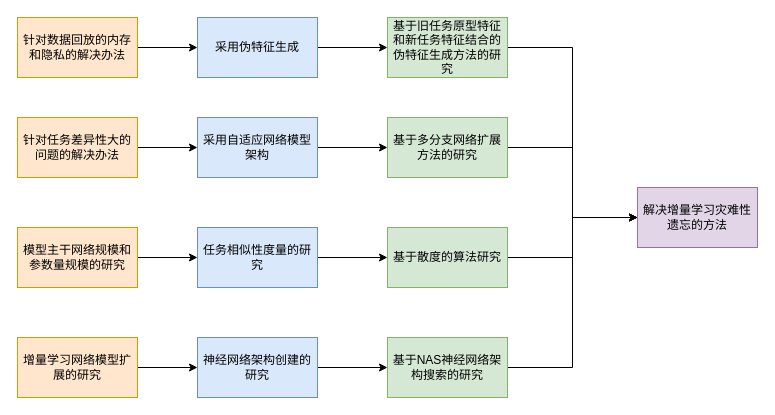
Above: 开题报告技术路线.drawio in ZLey373/ImagesXMind (draw.io), before the change. Source tidied: cells renumbered, new cells numbered last; positions are measured from the earlier drawing's top-left corner, leaving out a move shared by most shapes. Both pictures are drawn from the tidied source at 100%, with x=0, y=0 at pixel (17, 17).
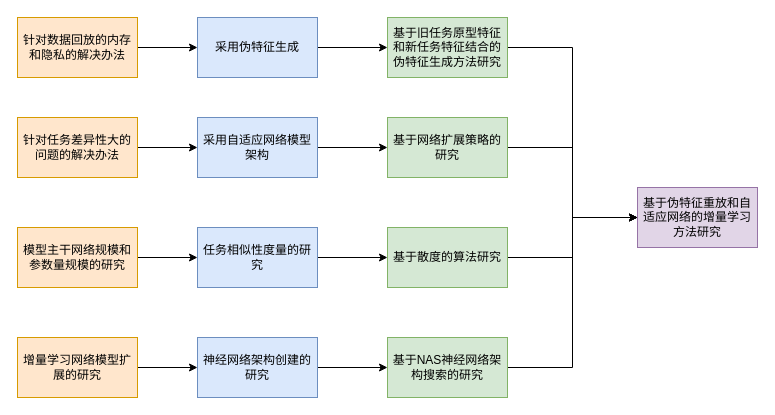
The same page after the edit.

Commit message:
更新开题报告技术路线.drawio

The edit, as a diff of the source:
```diff
@@
-    <mxCell id="7" value="基于旧任务原型特征和新任务特征结合的伪特征生成方法的研究" style="whiteSpace=wrap;html=1;rounded=0;fillColor=#d5e8d4;strokeColor=#82b366;" parent="1" vertex="1">
+    <mxCell id="7" value="基于旧任务原型特征和新任务特征结合的伪特征生成方法研究" style="whiteSpace=wrap;html=1;rounded=0;fillColor=#d5e8d4;strokeColor=#82b366;" parent="1" vertex="1">
       <mxGeometry x="370" width="120" height="60" as="geometry" />
     </mxCell>
@@
-    <mxCell id="13" value="基于多分支网络扩展方法的研究" style="whiteSpace=wrap;html=1;rounded=0;fillColor=#d5e8d4;strokeColor=#82b366;" parent="1" vertex="1">
+    <mxCell id="13" value="基于网络扩展策略的研究" style="whiteSpace=wrap;html=1;rounded=0;fillColor=#d5e8d4;strokeColor=#82b366;" parent="1" vertex="1">
       <mxGeometry x="370" y="100" width="120" height="60" as="geometry" />
     </mxCell>
@@
-    <mxCell id="26" value="解决增量学习灾难性遗忘的方法" style="rounded=0;whiteSpace=wrap;html=1;fillColor=#e1d5e7;strokeColor=#9673a6;" parent="1" vertex="1">
+    <mxCell id="26" value="基于伪特征重放和自适应网络的增量学习方法研究" style="rounded=0;whiteSpace=wrap;html=1;fillColor=#e1d5e7;strokeColor=#9673a6;" parent="1" vertex="1">
       <mxGeometry x="620" y="170" width="120" height="60" as="geometry" />
     </mxCell>
```
